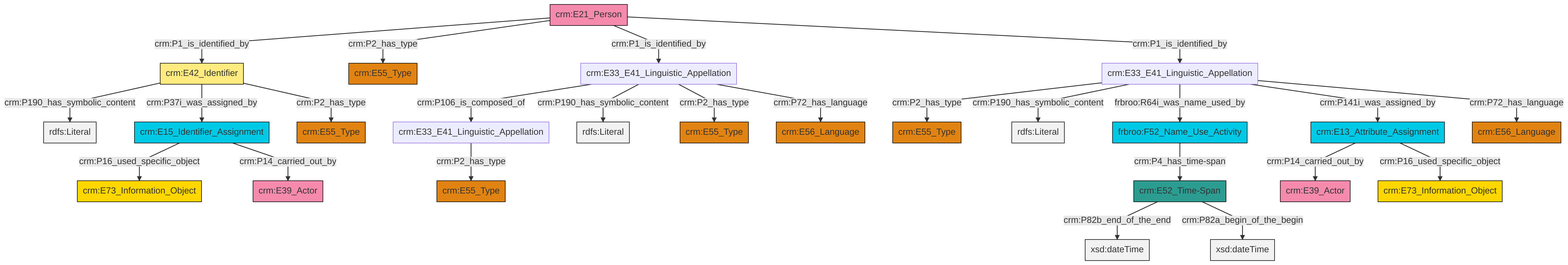
Above: et/personCSV/ttl/mmd/png/Person_Names_and_Classification.png in swiss-art-research-net/reference-data-models (Mermaid), before the change. Its source is kept beside it as et/personCSV/ttl/mmd/Person_Names_and_Classification.ttl.mmd.
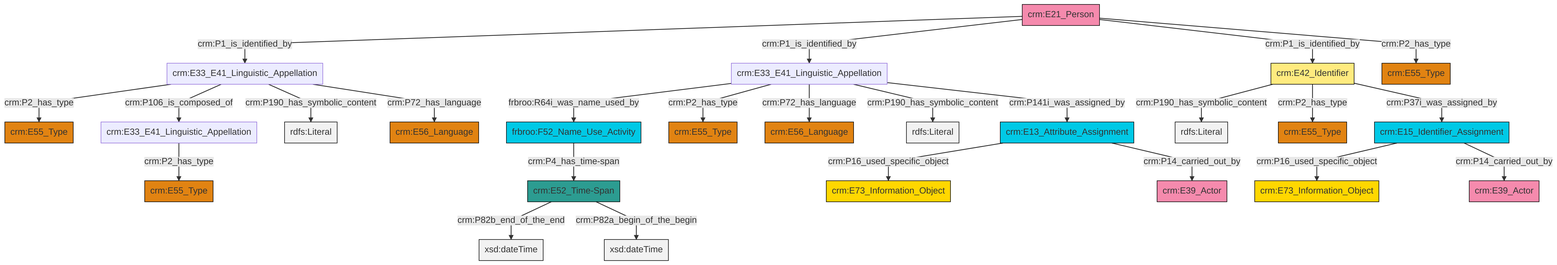
After the commit.

Change to the diagram source:
```diff
@@ -13,27 +13,27 @@
 classDef PC_Classes fill:#4ce600, stroke:#000000;
 classDef Multi fill:#cccccc,stroke:#000000;
 
-0["crm:E42_Identifier"]:::Appellation -->|crm:P190_has_symbolic_content| 1[rdfs:Literal]:::Literal
-4["crm:E33_E41_Linguistic_Appellation"]:::Default -->|crm:P106_is_composed_of| 5["crm:E33_E41_Linguistic_Appellation"]:::Default
-5["crm:E33_E41_Linguistic_Appellation"]:::Default -->|crm:P2_has_type| 6["crm:E55_Type"]:::Type
-4["crm:E33_E41_Linguistic_Appellation"]:::Default -->|crm:P190_has_symbolic_content| 9[rdfs:Literal]:::Literal
-0["crm:E42_Identifier"]:::Appellation -->|crm:P37i_was_assigned_by| 13["crm:E15_Identifier_Assignment"]:::Temporal_Entity
-4["crm:E33_E41_Linguistic_Appellation"]:::Default -->|crm:P2_has_type| 16["crm:E55_Type"]:::Type
-19["crm:E33_E41_Linguistic_Appellation"]:::Default -->|crm:P2_has_type| 20["crm:E55_Type"]:::Type
-21["crm:E13_Attribute_Assignment"]:::Temporal_Entity -->|crm:P14_carried_out_by| 22["crm:E39_Actor"]:::Actor
-19["crm:E33_E41_Linguistic_Appellation"]:::Default -->|crm:P190_has_symbolic_content| 23[rdfs:Literal]:::Literal
-11["crm:E21_Person"]:::Actor -->|crm:P1_is_identified_by| 0["crm:E42_Identifier"]:::Appellation
-13["crm:E15_Identifier_Assignment"]:::Temporal_Entity -->|crm:P16_used_specific_object| 26["crm:E73_Information_Object"]:::Conceptual_Object
-27["crm:E52_Time-Span"]:::Time-Span -->|crm:P82b_end_of_the_end| 28[xsd:dateTime]:::Literal
-13["crm:E15_Identifier_Assignment"]:::Temporal_Entity -->|crm:P14_carried_out_by| 30["crm:E39_Actor"]:::Actor
-21["crm:E13_Attribute_Assignment"]:::Temporal_Entity -->|crm:P16_used_specific_object| 17["crm:E73_Information_Object"]:::Conceptual_Object
-11["crm:E21_Person"]:::Actor -->|crm:P2_has_type| 35["crm:E55_Type"]:::Type
-0["crm:E42_Identifier"]:::Appellation -->|crm:P2_has_type| 7["crm:E55_Type"]:::Type
-11["crm:E21_Person"]:::Actor -->|crm:P1_is_identified_by| 4["crm:E33_E41_Linguistic_Appellation"]:::Default
-24["frbroo:F52_Name_Use_Activity"]:::Temporal_Entity -->|crm:P4_has_time-span| 27["crm:E52_Time-Span"]:::Time-Span
-11["crm:E21_Person"]:::Actor -->|crm:P1_is_identified_by| 19["crm:E33_E41_Linguistic_Appellation"]:::Default
-4["crm:E33_E41_Linguistic_Appellation"]:::Default -->|crm:P72_has_language| 2["crm:E56_Language"]:::Type
-27["crm:E52_Time-Span"]:::Time-Span -->|crm:P82a_begin_of_the_begin| 44[xsd:dateTime]:::Literal
-19["crm:E33_E41_Linguistic_Appellation"]:::Default -->|frbroo:R64i_was_name_used_by| 24["frbroo:F52_Name_Use_Activity"]:::Temporal_Entity
-19["crm:E33_E41_Linguistic_Appellation"]:::Default -->|crm:P141i_was_assigned_by| 21["crm:E13_Attribute_Assignment"]:::Temporal_Entity
-19["crm:E33_E41_Linguistic_Appellation"]:::Default -->|crm:P72_has_language| 32["crm:E56_Language"]:::Type
+4["crm:E21_Person"]:::Actor -->|crm:P1_is_identified_by| 0["crm:E33_E41_Linguistic_Appellation"]:::Default
+4["crm:E21_Person"]:::Actor -->|crm:P1_is_identified_by| 7["crm:E33_E41_Linguistic_Appellation"]:::Default
+2["frbroo:F52_Name_Use_Activity"]:::Temporal_Entity -->|crm:P4_has_time-span| 12["crm:E52_Time-Span"]:::Time-Span
+0["crm:E33_E41_Linguistic_Appellation"]:::Default -->|crm:P2_has_type| 16["crm:E55_Type"]:::Type
+17["crm:E15_Identifier_Assignment"]:::Temporal_Entity -->|crm:P16_used_specific_object| 18["crm:E73_Information_Object"]:::Conceptual_Object
+0["crm:E33_E41_Linguistic_Appellation"]:::Default -->|crm:P106_is_composed_of| 10["crm:E33_E41_Linguistic_Appellation"]:::Default
+17["crm:E15_Identifier_Assignment"]:::Temporal_Entity -->|crm:P14_carried_out_by| 22["crm:E39_Actor"]:::Actor
+4["crm:E21_Person"]:::Actor -->|crm:P1_is_identified_by| 5["crm:E42_Identifier"]:::Appellation
+4["crm:E21_Person"]:::Actor -->|crm:P2_has_type| 29["crm:E55_Type"]:::Type
+7["crm:E33_E41_Linguistic_Appellation"]:::Default -->|frbroo:R64i_was_name_used_by| 2["frbroo:F52_Name_Use_Activity"]:::Temporal_Entity
+31["crm:E13_Attribute_Assignment"]:::Temporal_Entity -->|crm:P16_used_specific_object| 20["crm:E73_Information_Object"]:::Conceptual_Object
+12["crm:E52_Time-Span"]:::Time-Span -->|crm:P82b_end_of_the_end| 32[xsd:dateTime]:::Literal
+5["crm:E42_Identifier"]:::Appellation -->|crm:P190_has_symbolic_content| 35[rdfs:Literal]:::Literal
+7["crm:E33_E41_Linguistic_Appellation"]:::Default -->|crm:P2_has_type| 36["crm:E55_Type"]:::Type
+5["crm:E42_Identifier"]:::Appellation -->|crm:P2_has_type| 14["crm:E55_Type"]:::Type
+0["crm:E33_E41_Linguistic_Appellation"]:::Default -->|crm:P190_has_symbolic_content| 38[rdfs:Literal]:::Literal
+7["crm:E33_E41_Linguistic_Appellation"]:::Default -->|crm:P72_has_language| 39["crm:E56_Language"]:::Type
+31["crm:E13_Attribute_Assignment"]:::Temporal_Entity -->|crm:P14_carried_out_by| 23["crm:E39_Actor"]:::Actor
+10["crm:E33_E41_Linguistic_Appellation"]:::Default -->|crm:P2_has_type| 8["crm:E55_Type"]:::Type
+7["crm:E33_E41_Linguistic_Appellation"]:::Default -->|crm:P190_has_symbolic_content| 43[rdfs:Literal]:::Literal
+5["crm:E42_Identifier"]:::Appellation -->|crm:P37i_was_assigned_by| 17["crm:E15_Identifier_Assignment"]:::Temporal_Entity
+12["crm:E52_Time-Span"]:::Time-Span -->|crm:P82a_begin_of_the_begin| 45[xsd:dateTime]:::Literal
+0["crm:E33_E41_Linguistic_Appellation"]:::Default -->|crm:P72_has_language| 33["crm:E56_Language"]:::Type
+7["crm:E33_E41_Linguistic_Appellation"]:::Default -->|crm:P141i_was_assigned_by| 31["crm:E13_Attribute_Assignment"]:::Temporal_Entity
```
